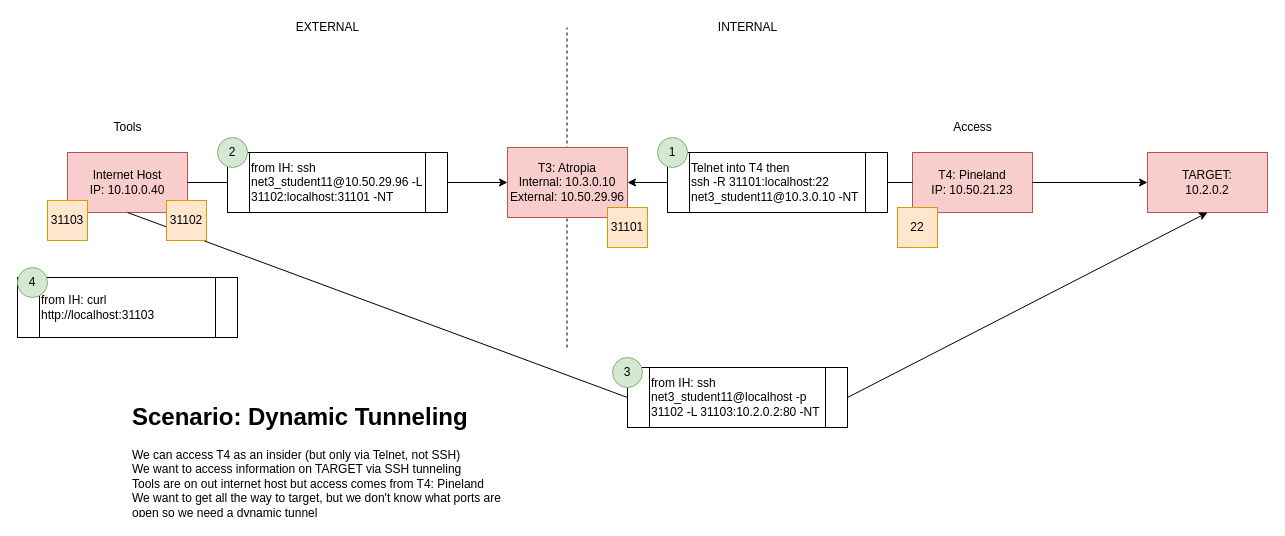
Above: ctf/CTF_tunneling5.drawio in abfarr/cctc (draw.io), before the change. Source tidied: cells renumbered, new cells numbered last; positions are measured from the earlier drawing's top-left corner, leaving out a move shared by most shapes. Both pictures are drawn from the tidied source at 100%, with x=0, y=0 at pixel (17, 17).
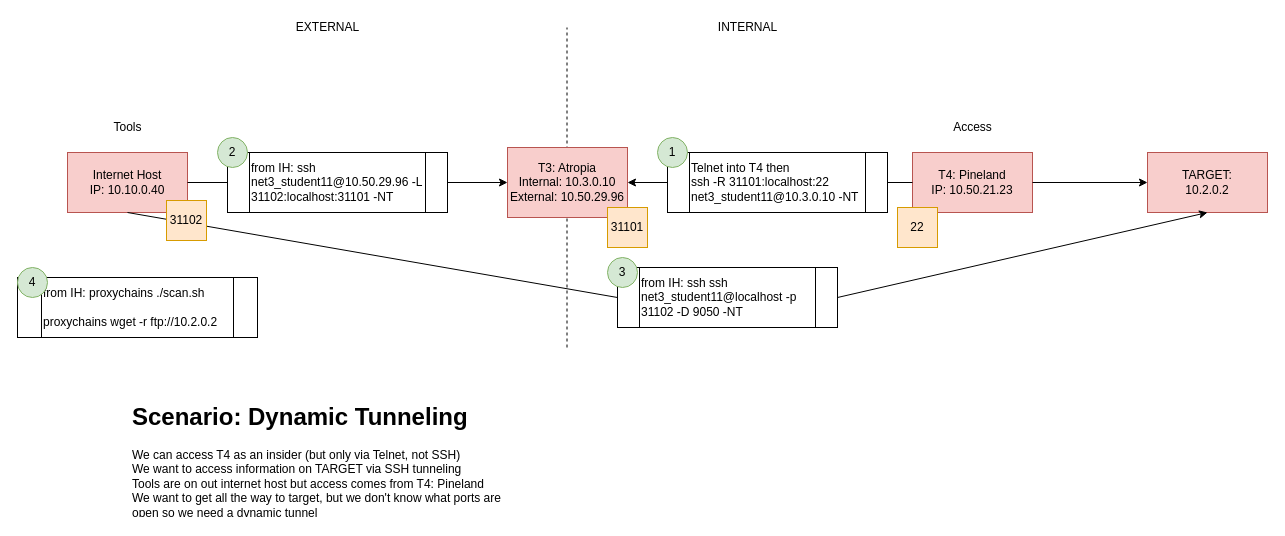
The same page after the edit.

What changed in the source:
```diff
@@
-    <mxCell id="22" value="31103" style="whiteSpace=wrap;html=1;fillColor=#ffe6cc;strokeColor=#d79b00;" parent="1" vertex="1">
-      <mxGeometry x="30" y="183" width="40" height="40" as="geometry" />
-    </mxCell>
@@
-    <mxCell id="24" value="from IH: ssh net3_student11@localhost -p 31102 -L 31103:10.2.0.2:80 -NT" style="shape=process;whiteSpace=wrap;html=1;backgroundOutline=1;align=left;" parent="1" vertex="1">
-      <mxGeometry x="610" y="350" width="220" height="60" as="geometry" />
+    <mxCell id="24" value="from IH: ssh ssh net3_student11@localhost -p 31102 -D 9050 -NT" style="shape=process;whiteSpace=wrap;html=1;backgroundOutline=1;align=left;" parent="1" vertex="1">
+      <mxGeometry x="600" y="250" width="220" height="60" as="geometry" />
     </mxCell>
@@
     <mxCell id="28" value="3" style="ellipse;whiteSpace=wrap;html=1;fillColor=#d5e8d4;strokeColor=#82b366;" parent="1" vertex="1">
-      <mxGeometry x="595" y="340" width="30" height="30" as="geometry" />
+      <mxGeometry x="590" y="240" width="30" height="30" as="geometry" />
     </mxCell>
-    <mxCell id="29" value="from IH: curl http://localhost:31103" style="shape=process;whiteSpace=wrap;html=1;backgroundOutline=1;align=left;" parent="1" vertex="1">
-      <mxGeometry y="260" width="220" height="60" as="geometry" />
+    <mxCell id="29" value="from IH: proxychains ./scan.sh&lt;br&gt;&lt;br&gt;proxychains wget -r ftp://10.2.0.2" style="shape=process;whiteSpace=wrap;html=1;backgroundOutline=1;align=left;" parent="1" vertex="1">
+      <mxGeometry y="260" width="240" height="60" as="geometry" />
     </mxCell>
```
